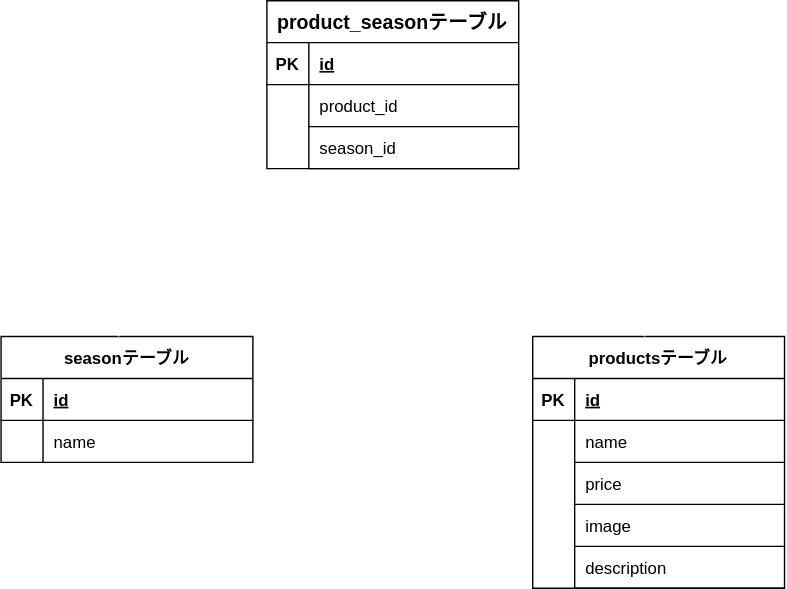
The draw.io diagram src/README.drawio.svg in rikuuta1217/kadai-2, before a commit. Source tidied: cells renumbered, new cells last; positions are measured from the earlier drawing's top-left corner, leaving out a move shared by most shapes. The source it was exported from:
```xml
<mxGraphModel>
  <root>
    <mxCell id="0" />
    <mxCell id="1" parent="0" />
    <mxCell id="2" value="seasonテーブル" style="shape=table;startSize=30;rowLines=0;fontStyle=1;align=center;fillColor=default;swimlaneFillColor=default;labelBackgroundColor=#FFFFFF;" parent="1" vertex="1">
      <mxGeometry y="240" width="180" height="90" as="geometry" />
    </mxCell>
    <mxCell id="3" style="shape=tableRow;horizontal=0;startSize=0;swimlaneHead=0;swimlaneBody=0;fillColor=none;top=0;left=0;right=0;bottom=1;" parent="2" vertex="1">
      <mxGeometry y="30" width="180" height="30" as="geometry" />
    </mxCell>
    <mxCell id="4" value="PK" style="shape=partialRectangle;fillColor=none;top=0;left=0;bottom=0;right=0;fontStyle=1;overflow=hidden;" parent="3" vertex="1">
      <mxGeometry width="30" height="30" as="geometry" />
    </mxCell>
    <mxCell id="5" value="id" style="shape=partialRectangle;fillColor=none;top=0;left=0;bottom=0;right=0;align=left;spacingLeft=6;fontStyle=5;overflow=hidden;" parent="3" vertex="1">
      <mxGeometry x="30" width="150" height="30" as="geometry" />
    </mxCell>
    <mxCell id="6" style="shape=tableRow;horizontal=0;startSize=0;swimlaneHead=0;swimlaneBody=0;fillColor=none;top=0;left=0;right=0;bottom=0;" parent="2" vertex="1">
      <mxGeometry y="60" width="180" height="30" as="geometry" />
    </mxCell>
    <mxCell id="7" style="shape=partialRectangle;fillColor=none;top=0;left=0;bottom=0;right=0;overflow=hidden;" parent="6" vertex="1">
      <mxGeometry width="30" height="30" as="geometry" />
    </mxCell>
    <mxCell id="8" value="name" style="shape=partialRectangle;fillColor=none;top=0;left=0;bottom=0;right=0;align=left;spacingLeft=6;overflow=hidden;" parent="6" vertex="1">
      <mxGeometry x="30" width="150" height="30" as="geometry" />
    </mxCell>
    <mxCell id="9" value="productsテーブル" style="shape=table;startSize=30;rowLines=0;fontStyle=1;align=center;fillColor=default;swimlaneFillColor=default;labelBackgroundColor=#FFFFFF;" parent="1" vertex="1">
      <mxGeometry x="380" y="240" width="180" height="180" as="geometry" />
    </mxCell>
    <mxCell id="10" style="shape=tableRow;horizontal=0;startSize=0;swimlaneHead=0;swimlaneBody=0;fillColor=none;top=0;left=0;right=0;bottom=1;" parent="9" vertex="1">
      <mxGeometry y="30" width="180" height="30" as="geometry" />
    </mxCell>
    <mxCell id="11" value="PK" style="shape=partialRectangle;fillColor=none;top=0;left=0;bottom=0;right=0;fontStyle=1;overflow=hidden;" parent="10" vertex="1">
      <mxGeometry width="30" height="30" as="geometry" />
    </mxCell>
    <mxCell id="12" value="id" style="shape=partialRectangle;fillColor=none;top=0;left=0;bottom=0;right=0;align=left;spacingLeft=6;fontStyle=5;overflow=hidden;" parent="10" vertex="1">
      <mxGeometry x="30" width="150" height="30" as="geometry" />
    </mxCell>
    <mxCell id="13" style="shape=tableRow;horizontal=0;startSize=0;swimlaneHead=0;swimlaneBody=0;fillColor=none;top=0;left=0;right=0;bottom=0;" parent="9" vertex="1">
      <mxGeometry y="60" width="180" height="30" as="geometry" />
    </mxCell>
    <mxCell id="14" style="shape=partialRectangle;fillColor=none;top=0;left=0;bottom=0;right=0;overflow=hidden;" parent="13" vertex="1">
      <mxGeometry width="30" height="30" as="geometry" />
    </mxCell>
    <mxCell id="15" value="name" style="shape=partialRectangle;fillColor=none;top=0;left=0;bottom=1;right=0;align=left;spacingLeft=6;overflow=hidden;" parent="13" vertex="1">
      <mxGeometry x="30" width="150" height="30" as="geometry" />
    </mxCell>
    <mxCell id="16" style="shape=tableRow;horizontal=0;startSize=0;swimlaneHead=0;swimlaneBody=0;fillColor=none;top=0;left=0;right=0;bottom=0;" parent="9" vertex="1">
      <mxGeometry y="90" width="180" height="30" as="geometry" />
    </mxCell>
    <mxCell id="17" style="shape=partialRectangle;fillColor=none;top=0;left=0;bottom=0;right=0;overflow=hidden;" parent="16" vertex="1">
      <mxGeometry width="30" height="30" as="geometry" />
    </mxCell>
    <mxCell id="18" value="price" style="shape=partialRectangle;fillColor=none;top=0;left=0;bottom=1;right=0;align=left;spacingLeft=6;overflow=hidden;" parent="16" vertex="1">
      <mxGeometry x="30" width="150" height="30" as="geometry" />
    </mxCell>
    <mxCell id="19" style="shape=tableRow;horizontal=0;startSize=0;swimlaneHead=0;swimlaneBody=0;fillColor=none;top=0;left=0;right=0;bottom=0;" parent="9" vertex="1">
      <mxGeometry y="120" width="180" height="30" as="geometry" />
    </mxCell>
    <mxCell id="20" style="shape=partialRectangle;fillColor=none;top=0;left=0;bottom=0;right=0;overflow=hidden;" parent="19" vertex="1">
      <mxGeometry width="30" height="30" as="geometry" />
    </mxCell>
    <mxCell id="21" value="image" style="shape=partialRectangle;fillColor=none;top=0;left=0;bottom=1;right=0;align=left;spacingLeft=6;overflow=hidden;" parent="19" vertex="1">
      <mxGeometry x="30" width="150" height="30" as="geometry" />
    </mxCell>
    <mxCell id="22" style="shape=tableRow;horizontal=0;startSize=0;swimlaneHead=0;swimlaneBody=0;fillColor=none;top=0;left=0;right=0;bottom=0;" parent="9" vertex="1">
      <mxGeometry y="150" width="180" height="30" as="geometry" />
    </mxCell>
    <mxCell id="23" style="shape=partialRectangle;fillColor=none;top=0;left=0;bottom=0;right=0;overflow=hidden;" parent="22" vertex="1">
      <mxGeometry width="30" height="30" as="geometry" />
    </mxCell>
    <mxCell id="24" value="description" style="shape=partialRectangle;fillColor=none;top=0;left=0;bottom=1;right=0;align=left;spacingLeft=6;overflow=hidden;" parent="22" vertex="1">
      <mxGeometry x="30" width="150" height="30" as="geometry" />
    </mxCell>
    <mxCell id="25" value="product_seasonテーブル" style="shape=table;startSize=30;rowLines=0;fontStyle=1;align=center;fillColor=default;swimlaneFillColor=default;labelBackgroundColor=#FFFFFF;fontSize=14;labelBorderColor=none;" parent="1" vertex="1">
      <mxGeometry x="190" width="180" height="120" as="geometry" />
    </mxCell>
    <mxCell id="26" style="shape=tableRow;horizontal=0;startSize=0;swimlaneHead=0;swimlaneBody=0;fillColor=none;top=0;left=0;right=0;bottom=1;" parent="25" vertex="1">
      <mxGeometry y="30" width="180" height="30" as="geometry" />
    </mxCell>
    <mxCell id="27" value="PK" style="shape=partialRectangle;fillColor=none;top=0;left=0;bottom=0;right=0;fontStyle=1;overflow=hidden;" parent="26" vertex="1">
      <mxGeometry width="30" height="30" as="geometry" />
    </mxCell>
    <mxCell id="28" value="id" style="shape=partialRectangle;fillColor=none;top=0;left=0;bottom=0;right=0;align=left;spacingLeft=6;fontStyle=5;overflow=hidden;" parent="26" vertex="1">
      <mxGeometry x="30" width="150" height="30" as="geometry" />
    </mxCell>
    <mxCell id="29" style="shape=tableRow;horizontal=0;startSize=0;swimlaneHead=0;swimlaneBody=0;fillColor=none;points=[[0,0.5],[1,0.5]];portConstraint=eastwest;top=0;left=0;right=0;bottom=0;" parent="25" vertex="1">
      <mxGeometry y="60" width="180" height="30" as="geometry" />
    </mxCell>
    <mxCell id="30" style="shape=partialRectangle;fillColor=none;top=0;left=0;bottom=0;right=0;overflow=hidden;" parent="29" vertex="1">
      <mxGeometry width="30" height="30" as="geometry" />
    </mxCell>
    <mxCell id="31" value="product_id" style="shape=partialRectangle;fillColor=none;top=0;left=0;bottom=1;right=0;align=left;spacingLeft=6;overflow=hidden;" parent="29" vertex="1">
      <mxGeometry x="30" width="150" height="30" as="geometry" />
    </mxCell>
    <mxCell id="32" style="shape=tableRow;horizontal=0;startSize=0;swimlaneHead=0;swimlaneBody=0;fillColor=none;top=0;left=0;right=0;bottom=0;" parent="25" vertex="1">
      <mxGeometry y="90" width="180" height="30" as="geometry" />
    </mxCell>
    <mxCell id="33" style="shape=partialRectangle;fillColor=none;top=0;left=0;bottom=0;right=0;overflow=hidden;" parent="32" vertex="1">
      <mxGeometry width="30" height="30" as="geometry" />
    </mxCell>
    <mxCell id="34" value="season_id" style="shape=partialRectangle;fillColor=none;top=0;left=0;bottom=1;right=0;align=left;spacingLeft=6;overflow=hidden;" parent="32" vertex="1">
      <mxGeometry x="30" width="150" height="30" as="geometry" />
    </mxCell>
    <mxCell id="35" style="fontSize=12;html=1;endArrow=ERzeroToMany;startArrow=ERmandOne;entryX=1.013;entryY=0.261;entryDx=0;entryDy=0;entryPerimeter=0;edgeStyle=orthogonalEdgeStyle;endFill=0;strokeColor=#FFFFFF;" parent="1" edge="1" target="29">
      <mxGeometry relative="1" as="geometry">
        <mxPoint x="460" y="240" as="sourcePoint" />
      </mxGeometry>
    </mxCell>
    <mxCell id="36" style="fontSize=12;html=1;endArrow=ERzeroToMany;startArrow=ERmandOne;entryX=-0.006;entryY=0.195;entryDx=0;entryDy=0;entryPerimeter=0;edgeStyle=orthogonalEdgeStyle;endFill=0;labelBackgroundColor=default;fontColor=default;strokeColor=#FFFFFF;" parent="1" edge="1" target="29">
      <mxGeometry relative="1" as="geometry">
        <mxPoint x="84" y="240" as="sourcePoint" />
      </mxGeometry>
    </mxCell>
  </root>
</mxGraphModel>
```
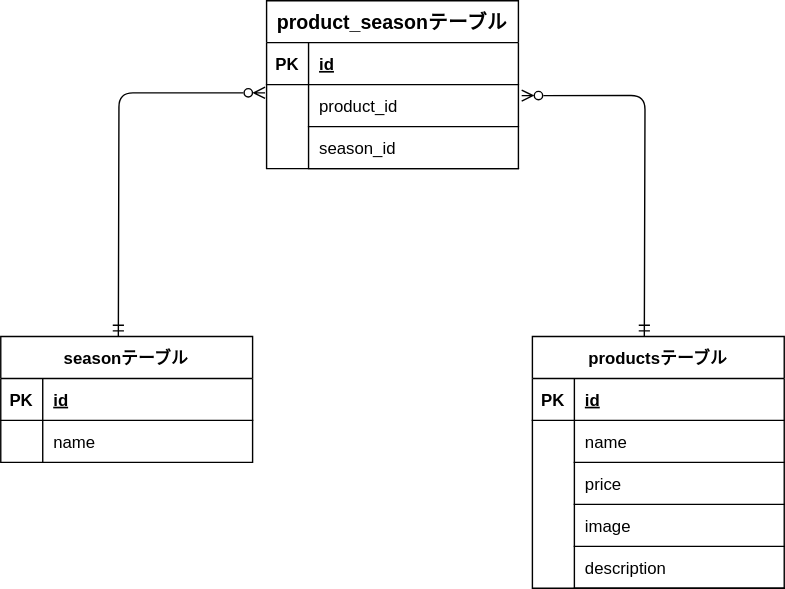
Later version of the same file.

The edit, as a diff of the source:
```diff
@@ -101,12 +101,12 @@
     <mxCell id="34" value="season_id" style="shape=partialRectangle;fillColor=none;top=0;left=0;bottom=1;right=0;align=left;spacingLeft=6;overflow=hidden;" parent="32" vertex="1">
       <mxGeometry x="30" width="150" height="30" as="geometry" />
     </mxCell>
-    <mxCell id="35" style="fontSize=12;html=1;endArrow=ERzeroToMany;startArrow=ERmandOne;entryX=1.013;entryY=0.261;entryDx=0;entryDy=0;entryPerimeter=0;edgeStyle=orthogonalEdgeStyle;endFill=0;strokeColor=#FFFFFF;" parent="1" edge="1" target="29">
+    <mxCell id="35" style="fontSize=12;html=1;endArrow=ERzeroToMany;startArrow=ERmandOne;entryX=1.013;entryY=0.261;entryDx=0;entryDy=0;entryPerimeter=0;edgeStyle=orthogonalEdgeStyle;endFill=0;strokeColor=#000000;" parent="1" edge="1" target="29">
       <mxGeometry relative="1" as="geometry">
         <mxPoint x="460" y="240" as="sourcePoint" />
       </mxGeometry>
     </mxCell>
-    <mxCell id="36" style="fontSize=12;html=1;endArrow=ERzeroToMany;startArrow=ERmandOne;entryX=-0.006;entryY=0.195;entryDx=0;entryDy=0;entryPerimeter=0;edgeStyle=orthogonalEdgeStyle;endFill=0;labelBackgroundColor=default;fontColor=default;strokeColor=#FFFFFF;" parent="1" edge="1" target="29">
+    <mxCell id="36" style="fontSize=12;html=1;endArrow=ERzeroToMany;startArrow=ERmandOne;entryX=-0.006;entryY=0.195;entryDx=0;entryDy=0;entryPerimeter=0;edgeStyle=orthogonalEdgeStyle;endFill=0;labelBackgroundColor=default;fontColor=default;strokeColor=#000000;" parent="1" edge="1" target="29">
       <mxGeometry relative="1" as="geometry">
         <mxPoint x="84" y="240" as="sourcePoint" />
       </mxGeometry>
```
